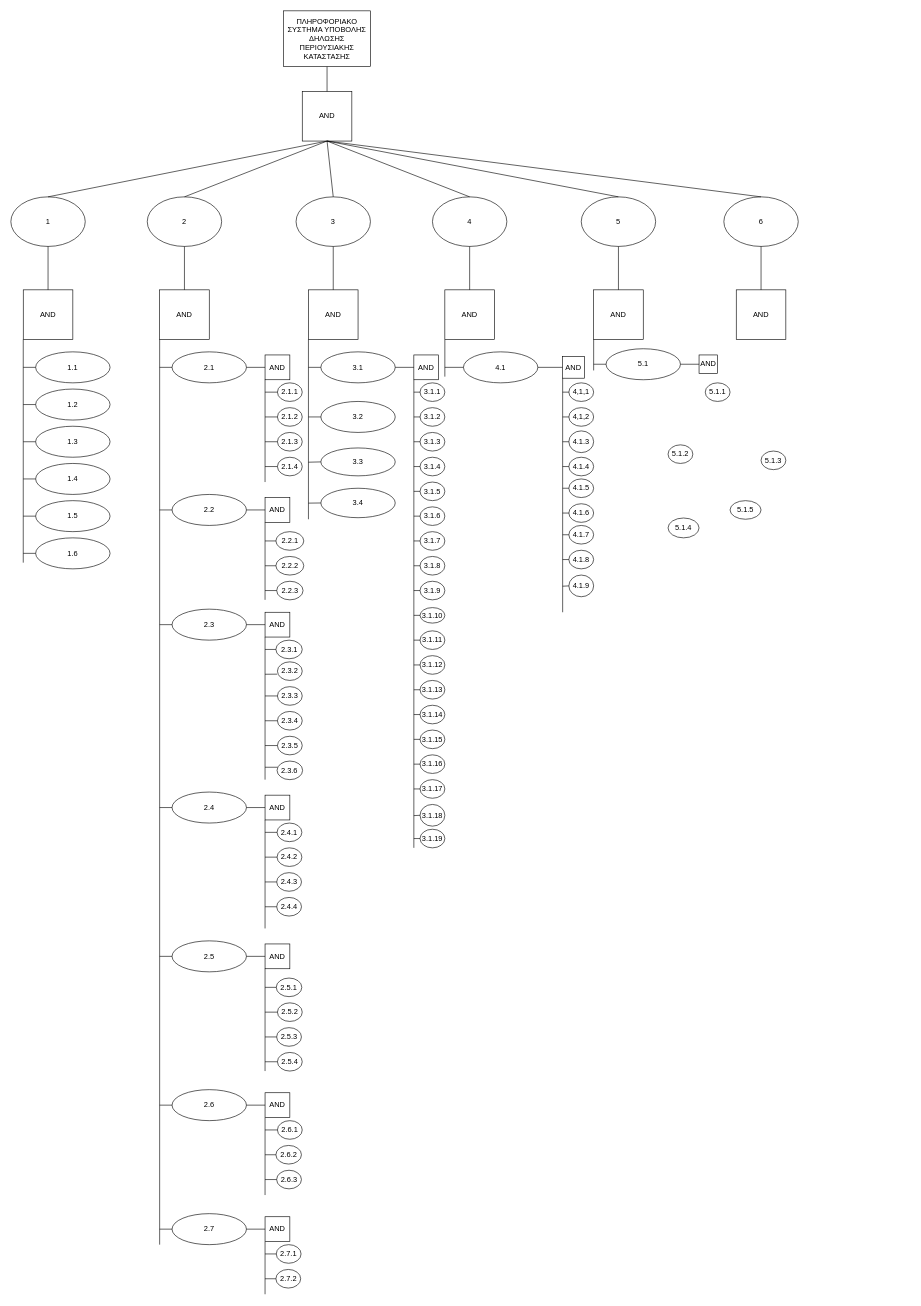
Earlier version of the draw.io diagram Untitled Diagram.drawio (transwaifu/liakman.github.io). Source tidied: cells renumbered, new cells numbered last; positions are measured from the earlier drawing's top-left corner, leaving out a move shared by most shapes. Both pictures are drawn from the tidied source at 62%, with x=0, y=0 at pixel (11, 11).
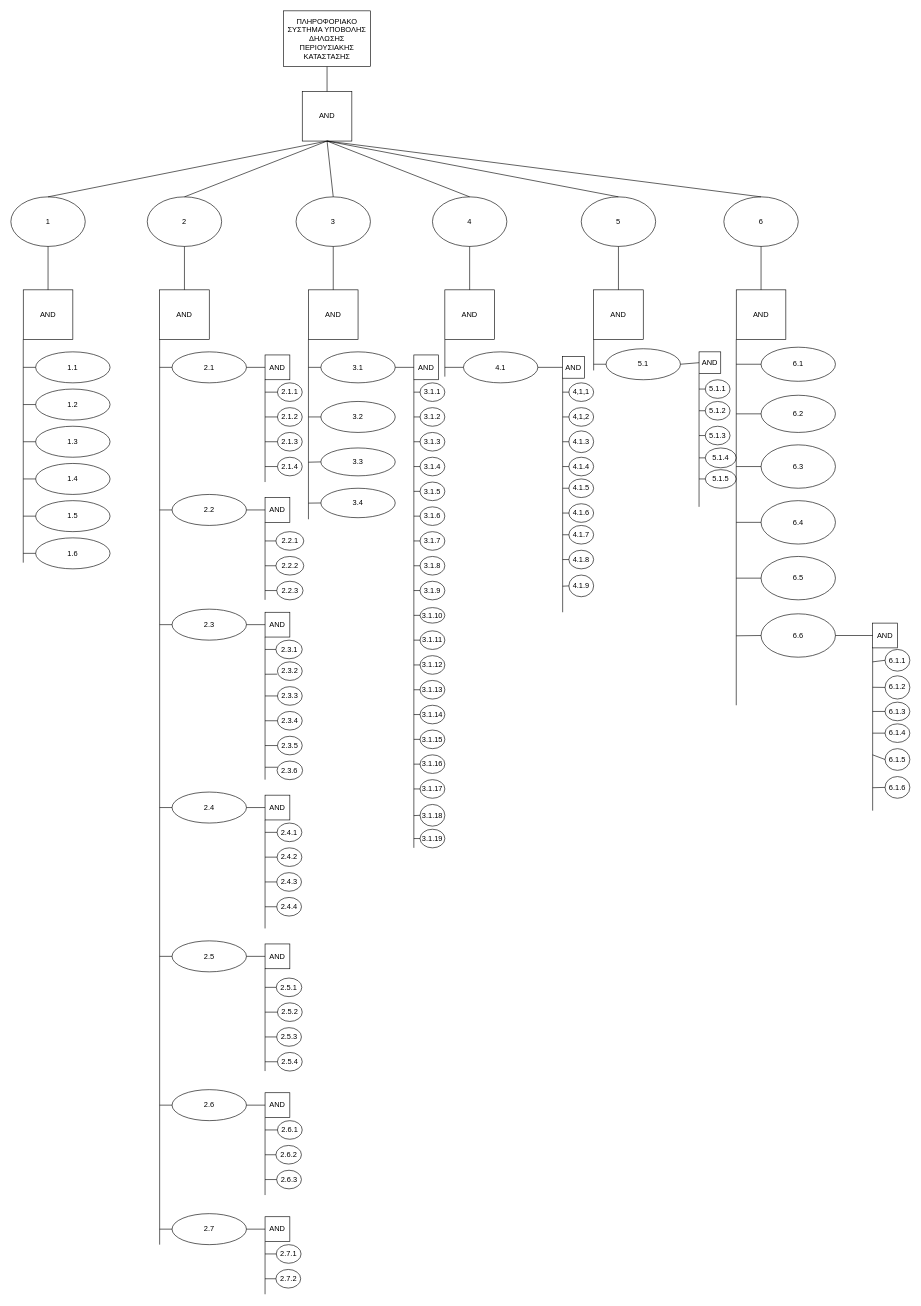
After the change.

Unchanged cells that the change refers to:
```xml
<mxCell id="23" value="AND" style="whiteSpace=wrap;html=1;" parent="1" vertex="1">
  <mxGeometry x="1170" y="450" width="80" height="80" as="geometry" />
</mxCell>
```

Diff of the diagram source:
```diff
@@
     <mxCell id="206" value="5.1.1" style="ellipse;whiteSpace=wrap;html=1;" parent="1" vertex="1">
-      <mxGeometry x="1120" y="600" width="40" height="30" as="geometry" />
+      <mxGeometry x="1120" y="595" width="40" height="30" as="geometry" />
     </mxCell>
     <mxCell id="207" value="5.1.3" style="ellipse;whiteSpace=wrap;html=1;" parent="1" vertex="1">
-      <mxGeometry x="1210" y="710" width="40" height="30" as="geometry" />
+      <mxGeometry x="1120" y="670" width="40" height="30" as="geometry" />
     </mxCell>
     <mxCell id="208" value="5.1.2" style="ellipse;whiteSpace=wrap;html=1;" parent="1" vertex="1">
-      <mxGeometry x="1060" y="700" width="40" height="30" as="geometry" />
+      <mxGeometry x="1120" y="630" width="40" height="30" as="geometry" />
     </mxCell>
     <mxCell id="209" value="5.1.4" style="ellipse;whiteSpace=wrap;html=1;" parent="1" vertex="1">
-      <mxGeometry x="1060" y="818" width="50" height="32" as="geometry" />
+      <mxGeometry x="1120" y="705" width="50" height="32" as="geometry" />
     </mxCell>
     <mxCell id="210" value="5.1.5" style="ellipse;whiteSpace=wrap;html=1;" parent="1" vertex="1">
-      <mxGeometry x="1160" y="790" width="50" height="30" as="geometry" />
+      <mxGeometry x="1120" y="740" width="50" height="30" as="geometry" />
     </mxCell>
@@
     <mxCell id="212" value="AND" style="whiteSpace=wrap;html=1;" parent="1" vertex="1">
-      <mxGeometry x="1110" y="555" width="30" height="30" as="geometry" />
+      <mxGeometry x="1110" y="550" width="35" height="35" as="geometry" />
     </mxCell>
@@
+    <mxCell id="214" style="endArrow=none;html=1;rounded=0;entryX=0;entryY=1;entryDx=0;entryDy=0;" parent="1" edge="1" target="212">
+      <mxGeometry relative="1" as="geometry">
+        <mxPoint x="1110" y="800" as="sourcePoint" />
+      </mxGeometry>
+    </mxCell>
+    <mxCell id="215" style="endArrow=none;html=1;rounded=0;entryX=0;entryY=0.5;entryDx=0;entryDy=0;" parent="1" edge="1" target="206">
+      <mxGeometry relative="1" as="geometry">
+        <mxPoint x="1110" y="610" as="sourcePoint" />
+      </mxGeometry>
+    </mxCell>
+    <mxCell id="216" style="endArrow=none;html=1;rounded=0;exitX=0;exitY=0.5;exitDx=0;exitDy=0;" parent="1" edge="1" source="208">
+      <mxGeometry relative="1" as="geometry">
+        <mxPoint x="1110" y="645" as="targetPoint" />
+      </mxGeometry>
+    </mxCell>
+    <mxCell id="217" style="endArrow=none;html=1;rounded=0;entryX=0;entryY=0.5;entryDx=0;entryDy=0;" parent="1" edge="1" target="207">
+      <mxGeometry relative="1" as="geometry">
+        <mxPoint x="1110" y="685" as="sourcePoint" />
+      </mxGeometry>
+    </mxCell>
+    <mxCell id="218" style="endArrow=none;html=1;rounded=0;entryX=0;entryY=0.5;entryDx=0;entryDy=0;" parent="1" edge="1" target="209">
+      <mxGeometry relative="1" as="geometry">
+        <mxPoint x="1110" y="721" as="sourcePoint" />
+      </mxGeometry>
+    </mxCell>
+    <mxCell id="219" style="endArrow=none;html=1;rounded=0;entryX=0;entryY=0.5;entryDx=0;entryDy=0;" parent="1" edge="1" target="210">
+      <mxGeometry relative="1" as="geometry">
+        <mxPoint x="1110" y="755" as="sourcePoint" />
+      </mxGeometry>
+    </mxCell>
+    <mxCell id="220" value="6.1" style="ellipse;whiteSpace=wrap;html=1;" parent="1" vertex="1">
+      <mxGeometry x="1210" y="542.5" width="120" height="55" as="geometry" />
+    </mxCell>
+    <mxCell id="221" value="6.2" style="ellipse;whiteSpace=wrap;html=1;" parent="1" vertex="1">
+      <mxGeometry x="1210" y="620" width="120" height="60" as="geometry" />
+    </mxCell>
+    <mxCell id="222" value="6.1.1" style="ellipse;whiteSpace=wrap;html=1;" parent="1" vertex="1">
+      <mxGeometry x="1410" y="1030" width="40" height="35" as="geometry" />
+    </mxCell>
+    <mxCell id="223" value="6.5" style="ellipse;whiteSpace=wrap;html=1;" parent="1" vertex="1">
+      <mxGeometry x="1210" y="880" width="120" height="70" as="geometry" />
+    </mxCell>
+    <mxCell id="224" value="6.4" style="ellipse;whiteSpace=wrap;html=1;" parent="1" vertex="1">
+      <mxGeometry x="1210" y="790" width="120" height="70" as="geometry" />
+    </mxCell>
+    <mxCell id="225" value="6.3" style="ellipse;whiteSpace=wrap;html=1;" parent="1" vertex="1">
+      <mxGeometry x="1210" y="700" width="120" height="70" as="geometry" />
+    </mxCell>
+    <mxCell id="226" value="6.1.5" style="ellipse;whiteSpace=wrap;html=1;" parent="1" vertex="1">
+      <mxGeometry x="1410" y="1190" width="40" height="35" as="geometry" />
+    </mxCell>
+    <mxCell id="227" value="6.1.6" style="ellipse;whiteSpace=wrap;html=1;" parent="1" vertex="1">
+      <mxGeometry x="1410" y="1235" width="40" height="35" as="geometry" />
+    </mxCell>
+    <mxCell id="228" value="6.6" style="ellipse;whiteSpace=wrap;html=1;" parent="1" vertex="1">
+      <mxGeometry x="1210" y="972.5" width="120" height="70" as="geometry" />
+    </mxCell>
+    <mxCell id="229" value="6.1.2" style="ellipse;whiteSpace=wrap;html=1;" parent="1" vertex="1">
+      <mxGeometry x="1410" y="1072.5" width="40" height="37.5" as="geometry" />
+    </mxCell>
+    <mxCell id="230" value="6.1.3" style="ellipse;whiteSpace=wrap;html=1;" parent="1" vertex="1">
+      <mxGeometry x="1410" y="1115" width="40" height="30" as="geometry" />
+    </mxCell>
+    <mxCell id="231" value="6.1.4" style="ellipse;whiteSpace=wrap;html=1;" parent="1" vertex="1">
+      <mxGeometry x="1410" y="1150" width="40" height="30" as="geometry" />
+    </mxCell>
+    <mxCell id="232" style="endArrow=none;html=1;rounded=0;entryX=0;entryY=1;entryDx=0;entryDy=0;" parent="1" edge="1" target="23">
+      <mxGeometry relative="1" as="geometry">
+        <mxPoint x="1170" y="1120" as="sourcePoint" />
+      </mxGeometry>
+    </mxCell>
+    <mxCell id="233" value="AND" style="whiteSpace=wrap;html=1;" parent="1" vertex="1">
+      <mxGeometry x="1390" y="987.5" width="40" height="40" as="geometry" />
+    </mxCell>
+    <mxCell id="234" style="endArrow=none;html=1;rounded=0;entryX=0;entryY=0.5;entryDx=0;entryDy=0;" parent="1" edge="1" target="220">
+      <mxGeometry relative="1" as="geometry">
+        <mxPoint x="1170" y="570" as="sourcePoint" />
+      </mxGeometry>
+    </mxCell>
+    <mxCell id="235" style="endArrow=none;html=1;rounded=0;exitX=0;exitY=0.5;exitDx=0;exitDy=0;" parent="1" edge="1" source="221">
+      <mxGeometry relative="1" as="geometry">
+        <mxPoint x="1170" y="650" as="targetPoint" />
+      </mxGeometry>
+    </mxCell>
+    <mxCell id="236" style="endArrow=none;html=1;rounded=0;entryX=0;entryY=0.5;entryDx=0;entryDy=0;" parent="1" edge="1" target="225">
+      <mxGeometry relative="1" as="geometry">
+        <mxPoint x="1170" y="735" as="sourcePoint" />
+      </mxGeometry>
+    </mxCell>
+    <mxCell id="237" style="endArrow=none;html=1;rounded=0;entryX=0;entryY=0.5;entryDx=0;entryDy=0;" parent="1" edge="1" target="224">
+      <mxGeometry relative="1" as="geometry">
+        <mxPoint x="1170" y="825" as="sourcePoint" />
+      </mxGeometry>
+    </mxCell>
+    <mxCell id="238" style="endArrow=none;html=1;rounded=0;entryX=0;entryY=0.5;entryDx=0;entryDy=0;" parent="1" edge="1" target="223">
+      <mxGeometry relative="1" as="geometry">
+        <mxPoint x="1170" y="915" as="sourcePoint" />
+      </mxGeometry>
+    </mxCell>
+    <mxCell id="239" style="endArrow=none;html=1;rounded=0;entryX=0;entryY=0.5;entryDx=0;entryDy=0;" parent="1" edge="1" target="228">
+      <mxGeometry relative="1" as="geometry">
+        <mxPoint x="1170" y="1008" as="sourcePoint" />
+      </mxGeometry>
+    </mxCell>
+    <mxCell id="240" style="endArrow=none;html=1;rounded=0;entryX=0;entryY=0.5;entryDx=0;entryDy=0;exitX=1;exitY=0.5;exitDx=0;exitDy=0;" parent="1" edge="1" source="228" target="233">
+      <mxGeometry relative="1" as="geometry" />
+    </mxCell>
+    <mxCell id="241" style="endArrow=none;html=1;rounded=0;entryX=0;entryY=1;entryDx=0;entryDy=0;" parent="1" edge="1" target="233">
+      <mxGeometry relative="1" as="geometry">
+        <mxPoint x="1390" y="1290" as="sourcePoint" />
+      </mxGeometry>
+    </mxCell>
+    <mxCell id="242" style="endArrow=none;html=1;rounded=0;entryX=0;entryY=0.5;entryDx=0;entryDy=0;" parent="1" edge="1" target="222">
+      <mxGeometry relative="1" as="geometry">
+        <mxPoint x="1390" y="1050" as="sourcePoint" />
+      </mxGeometry>
+    </mxCell>
+    <mxCell id="243" style="endArrow=none;html=1;rounded=0;exitX=0;exitY=0.5;exitDx=0;exitDy=0;" parent="1" edge="1" source="229">
+      <mxGeometry relative="1" as="geometry">
+        <mxPoint x="1390" y="1091" as="targetPoint" />
+      </mxGeometry>
+    </mxCell>
+    <mxCell id="244" style="endArrow=none;html=1;rounded=0;entryX=0;entryY=0.5;entryDx=0;entryDy=0;" parent="1" edge="1" target="230">
+      <mxGeometry relative="1" as="geometry">
+        <mxPoint x="1390" y="1130" as="sourcePoint" />
+      </mxGeometry>
+    </mxCell>
+    <mxCell id="245" style="endArrow=none;html=1;rounded=0;entryX=0;entryY=0.5;entryDx=0;entryDy=0;" parent="1" edge="1" target="231">
+      <mxGeometry relative="1" as="geometry">
+        <mxPoint x="1390" y="1165" as="sourcePoint" />
+      </mxGeometry>
+    </mxCell>
+    <mxCell id="246" style="endArrow=none;html=1;rounded=0;entryX=0;entryY=0.5;entryDx=0;entryDy=0;" parent="1" edge="1" target="226">
+      <mxGeometry relative="1" as="geometry">
+        <mxPoint x="1390" y="1200" as="sourcePoint" />
+      </mxGeometry>
+    </mxCell>
+    <mxCell id="247" style="endArrow=none;html=1;rounded=0;entryX=0;entryY=0.5;entryDx=0;entryDy=0;" parent="1" edge="1" target="227">
+      <mxGeometry relative="1" as="geometry">
+        <mxPoint x="1390" y="1253" as="sourcePoint" />
+      </mxGeometry>
+    </mxCell>
```
